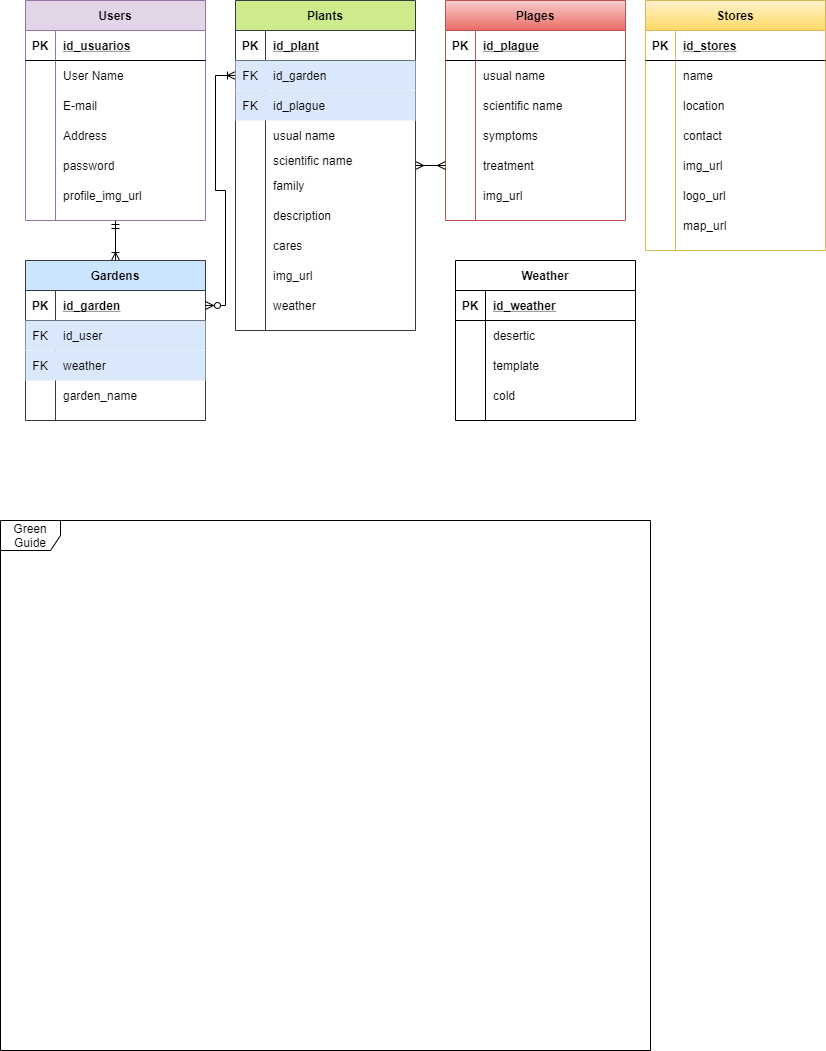
Earlier version of the draw.io export Untitled Diagram.png (Green-Guide-utch/Entity-Relationship-Model). Source tidied: cells renumbered, new cells last; positions are measured from the earlier drawing's top-left corner, leaving out a move shared by most shapes.
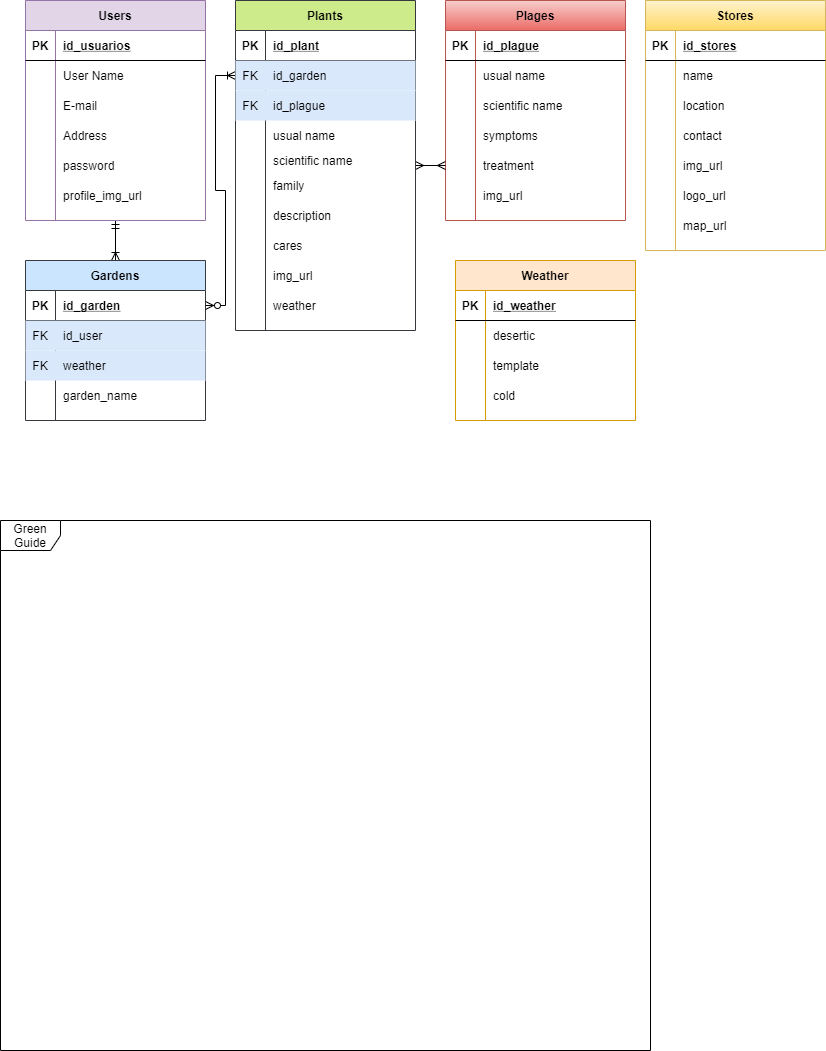
The same diagram one commit later.

The edit, as a diff of the source:
```diff
@@ -326,7 +326,7 @@
     <mxCell id="109" value="map_url" style="shape=partialRectangle;fillColor=none;top=0;left=0;bottom=0;right=0;align=left;spacingLeft=6;overflow=hidden;" parent="107" vertex="1">
       <mxGeometry x="30" width="150" height="30" as="geometry" />
     </mxCell>
-    <mxCell id="110" value="Weather" style="shape=table;startSize=30;rowLines=0;fontStyle=1;align=center;strokeColor=#000000;fillColor=none;gradientColor=#ffffff;" parent="1" vertex="1">
+    <mxCell id="110" value="Weather" style="shape=table;startSize=30;rowLines=0;fontStyle=1;align=center;strokeColor=#d79b00;fillColor=#ffe6cc;" parent="1" vertex="1">
       <mxGeometry x="455" y="260" width="180" height="160" as="geometry" />
     </mxCell>
     <mxCell id="111" style="shape=partialRectangle;fillColor=none;top=0;left=0;bottom=1;right=0;" parent="110" vertex="1">
```
